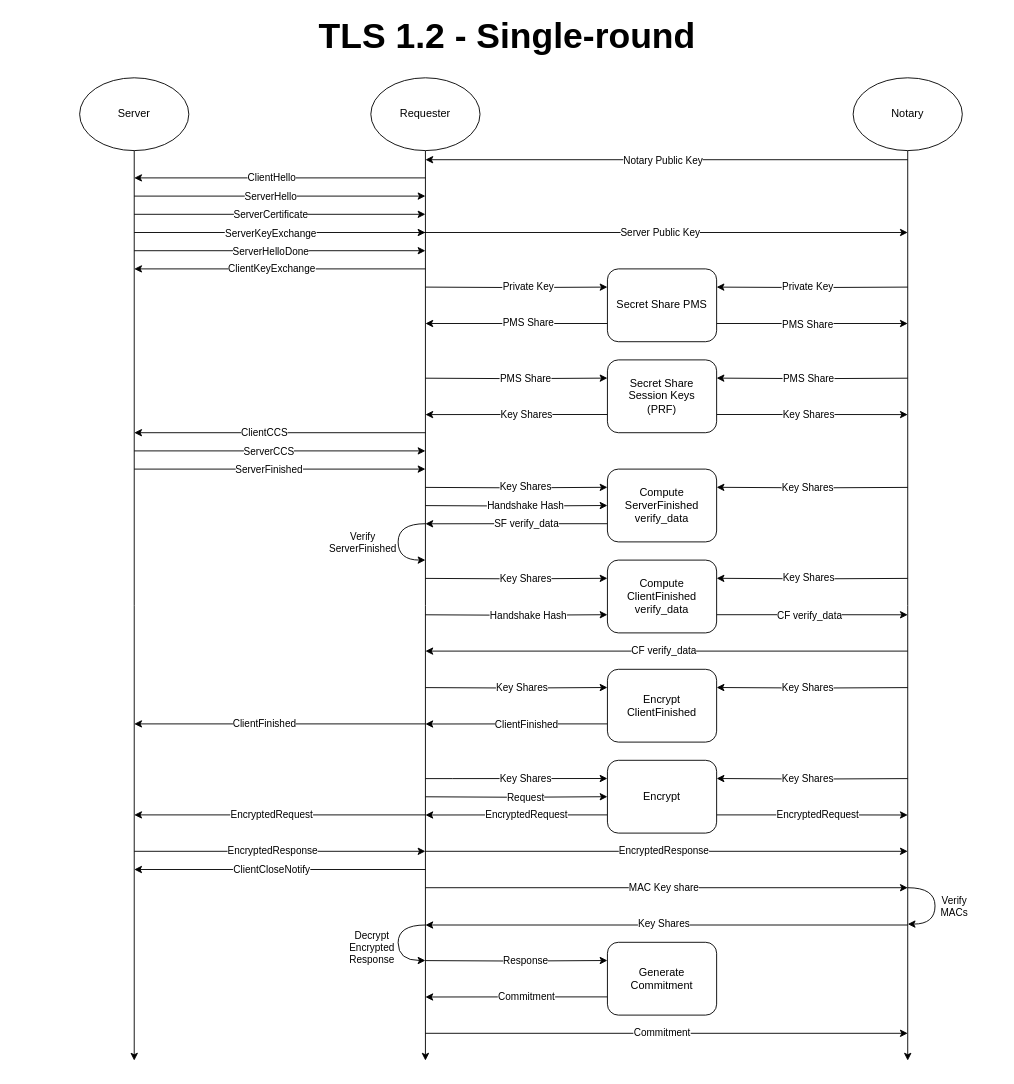
Above: page "TLS1.2 - Single Round" (1 of 3) of diagrams/protocol.drawio in tlsnotary/docs-mdbook (draw.io), before the change. Source tidied: cells renumbered, new cells numbered last; positions are measured from the earlier drawing's top-left corner, leaving out a move shared by most shapes. Both pictures are drawn from the tidied source at 91%, with x=0, y=0 at pixel (15, 23).
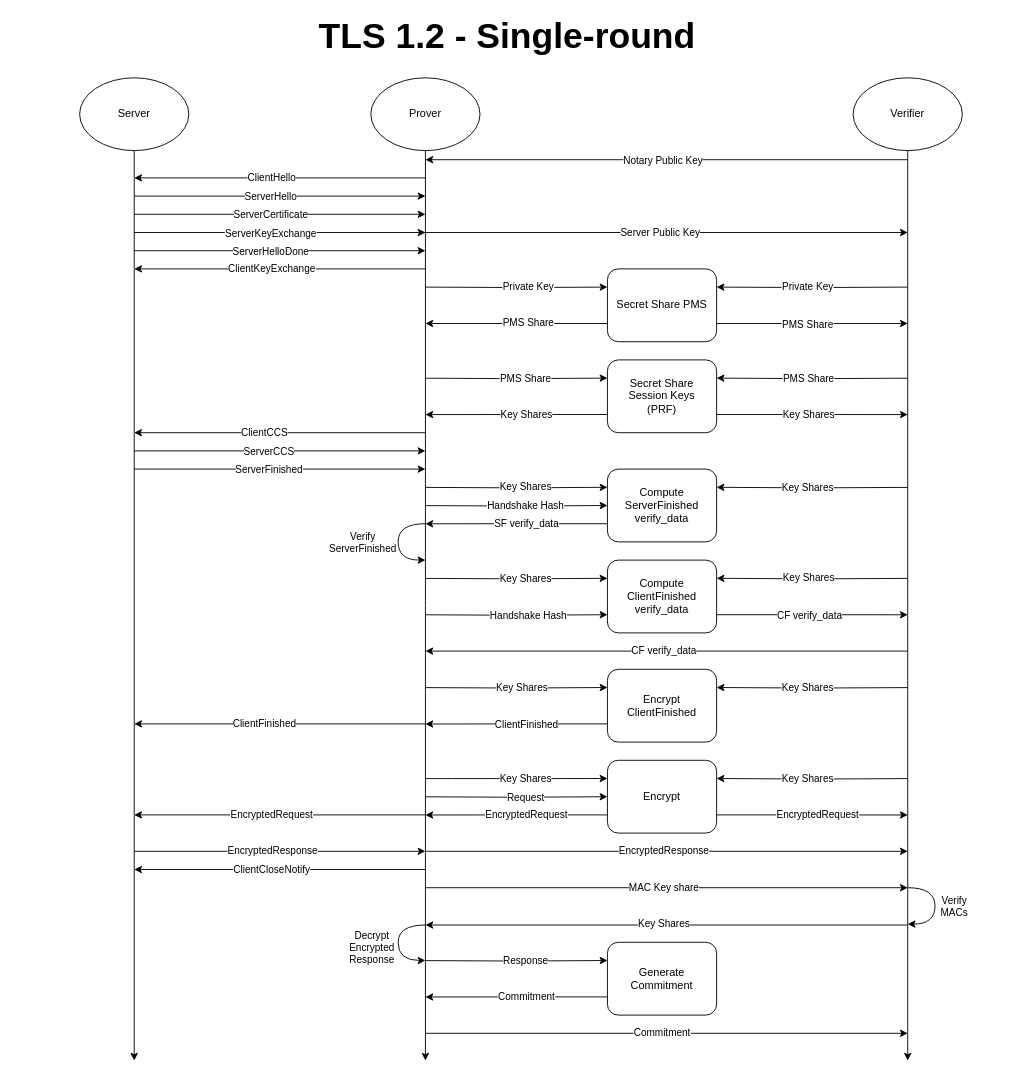
The same page after the edit.

The edit, as a diff of the source:
```diff
@@
-    <mxCell id="5" value="Requester" style="ellipse;whiteSpace=wrap;html=1;" parent="1" vertex="1">
+    <mxCell id="5" value="Prover" style="ellipse;whiteSpace=wrap;html=1;" parent="1" vertex="1">
       <mxGeometry x="390" y="60" width="120" height="80" as="geometry" />
     </mxCell>
@@
-    <mxCell id="7" value="Notary" style="ellipse;whiteSpace=wrap;html=1;" parent="1" vertex="1">
+    <mxCell id="7" value="Verifier" style="ellipse;whiteSpace=wrap;html=1;" parent="1" vertex="1">
       <mxGeometry x="920" y="60" width="120" height="80" as="geometry" />
     </mxCell>
```
